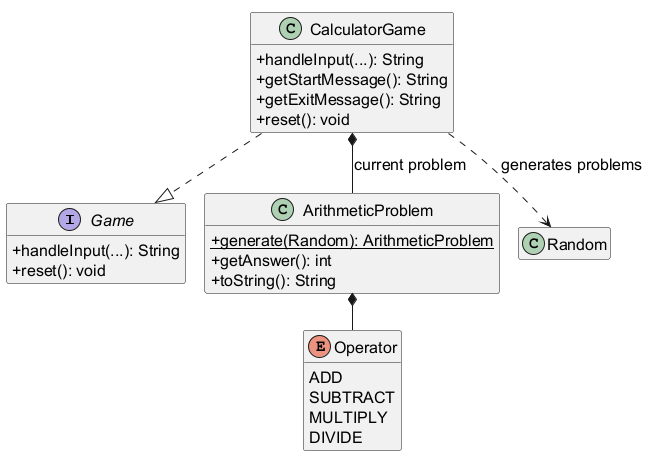
Above: docs/diagrams/calculator-classes.png in AY2627S1-CS2113-W12-3/tp (PlantUML), before the change. Source of this version:
```plantuml
@startuml
!pragma layout smetana
skinparam defaultFontSize 16
skinparam classAttributeIconSize 0
hide empty members

interface Game {
  + handleInput(...): String
  + reset(): void
}
class CalculatorGame {
  + handleInput(...): String
  + getStartMessage(): String
  + getExitMessage(): String
  + reset(): void
}
class ArithmeticProblem {
  + {static} generate(Random): ArithmeticProblem
  + getAnswer(): int
  + toString(): String
}
enum Operator {
  ADD
  SUBTRACT
  MULTIPLY
  DIVIDE
}

CalculatorGame ..|> Game
CalculatorGame *-- ArithmeticProblem : current problem
ArithmeticProblem *-- Operator
CalculatorGame ..> Random : generates problems
@enduml
```
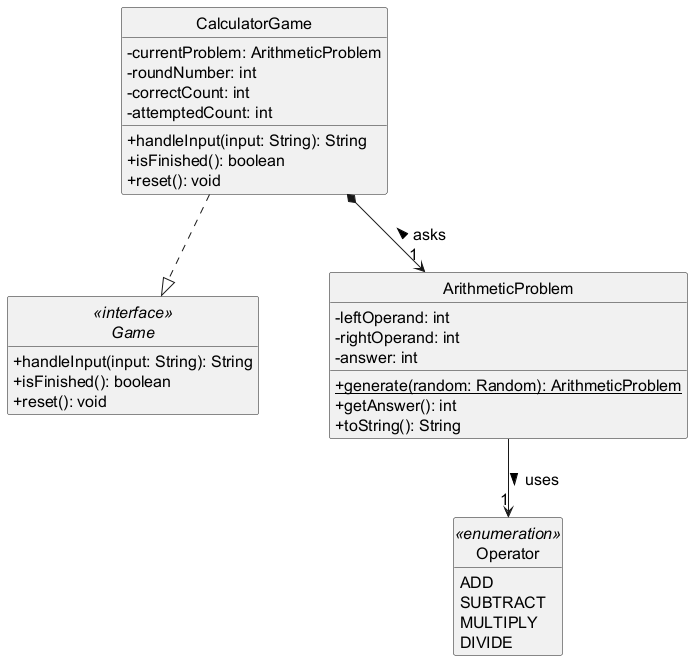
Later version of the same file.

Diff of the diagram source:
```diff
@@ -1,25 +1,32 @@
 @startuml
-!pragma layout smetana
-skinparam defaultFontSize 16
-skinparam classAttributeIconSize 0
-hide empty members
+!include style.iuml
 
-interface Game {
-  + handleInput(...): String
-  + reset(): void
+interface Game <<interface>> {
+  +handleInput(input: String): String
+  +isFinished(): boolean
+  +reset(): void
 }
+
 class CalculatorGame {
-  + handleInput(...): String
-  + getStartMessage(): String
-  + getExitMessage(): String
-  + reset(): void
+  -currentProblem: ArithmeticProblem
+  -roundNumber: int
+  -correctCount: int
+  -attemptedCount: int
+  +handleInput(input: String): String
+  +isFinished(): boolean
+  +reset(): void
 }
+
 class ArithmeticProblem {
-  + {static} generate(Random): ArithmeticProblem
-  + getAnswer(): int
-  + toString(): String
+  -leftOperand: int
+  -rightOperand: int
+  -answer: int
+  +{static} generate(random: Random): ArithmeticProblem
+  +getAnswer(): int
+  +toString(): String
 }
-enum Operator {
+
+enum Operator <<enumeration>> {
   ADD
   SUBTRACT
   MULTIPLY
@@ -27,7 +34,6 @@
 }
 
 CalculatorGame ..|> Game
-CalculatorGame *-- ArithmeticProblem : current problem
-ArithmeticProblem *-- Operator
-CalculatorGame ..> Random : generates problems
+CalculatorGame *--> "1" ArithmeticProblem : asks <
+ArithmeticProblem --> "1" Operator : uses >
 @enduml
```
